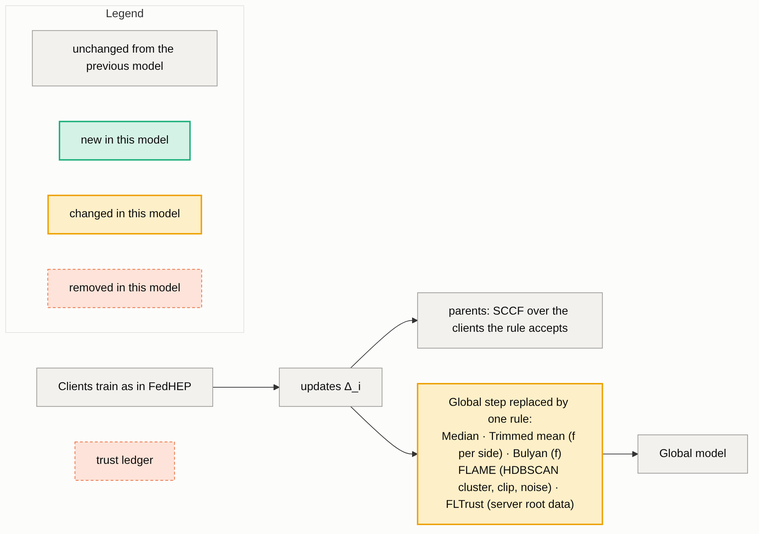
Earlier version of the Mermaid export docs/report/figures/diagrams/07_phase5_rules.png (BinhPhamTieSinger/RFL_Lab). Its source is kept beside it as docs/report/diagrams/07_phase5_rules.mmd.
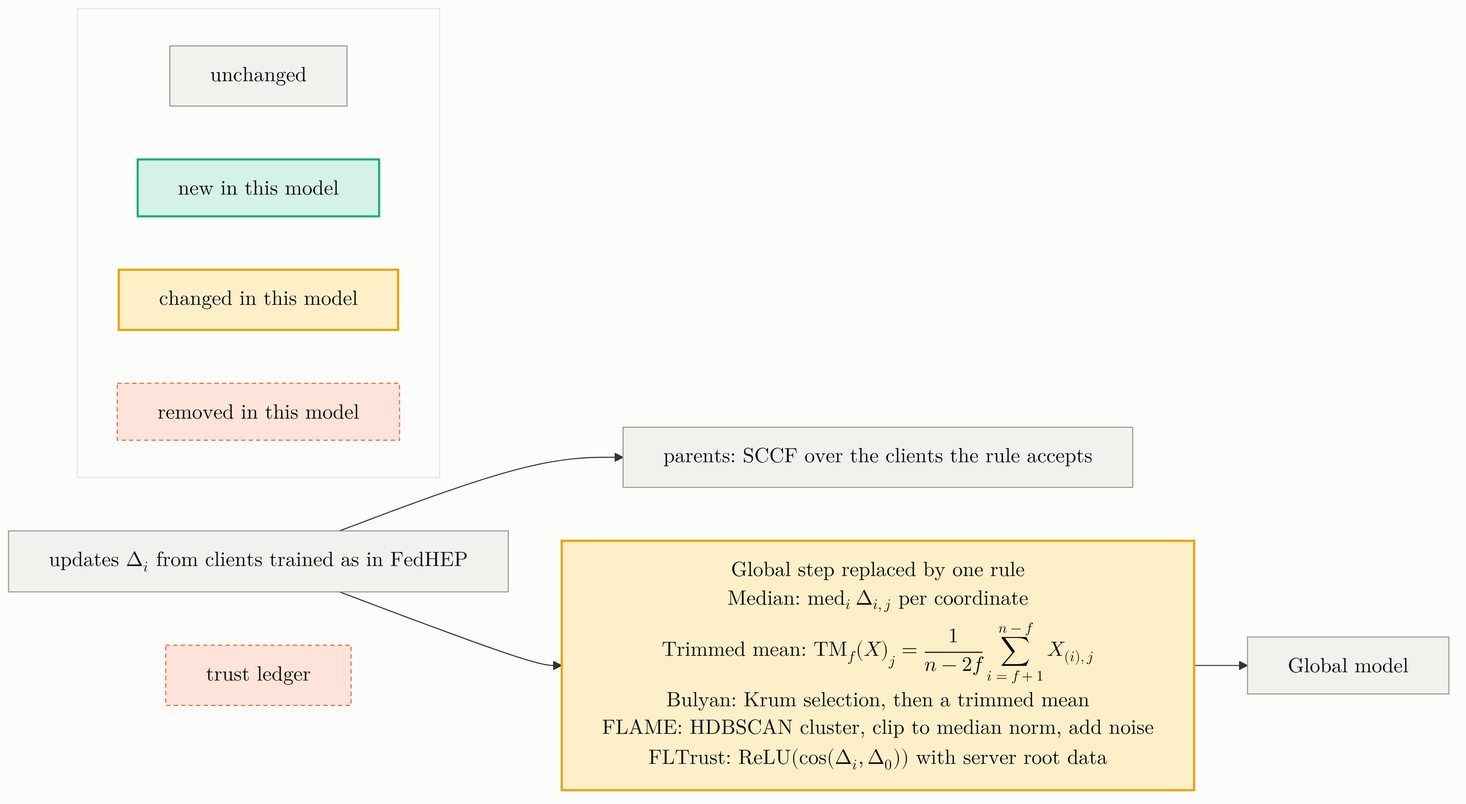
Above is the later version.

Change to the diagram source:
```diff
@@ -1,18 +1,26 @@
 flowchart LR
-  C["Clients train as in FedHEP"]:::same --> UP["updates Δ_i"]:::same
-  UP --> PAR["parents: SCCF over the clients the rule accepts"]:::same
-  UP --> RULE["Global step replaced by one rule:<br/>Median · Trimmed mean (f per side) · Bulyan (f)<br/>FLAME (HDBSCAN cluster, clip, noise) · FLTrust (server root data)"]:::changed
-  RULE --> GLOB["Global model"]:::same
-  TL["trust ledger"]:::gone
-  subgraph LEG["Legend"]
+  UP["$$\begin{array}{c}\text{updates }\Delta_i\text{ from clients trained as in FedHEP}\end{array}$$"]:::same
+  PAR["$$\begin{array}{c}\text{parents: SCCF over the clients the rule accepts}\end{array}$$"]:::same
+  RULE["$$\begin{array}{c}\text{Global step replaced by one rule} \cr \text{Median: }\mathrm{med}_i\,\Delta_{i,j}\text{ per coordinate} \cr \displaystyle \text{Trimmed mean: } \mathrm{TM}_f(X)_j = \frac{1}{n - 2f}\sum_{i=f+1}^{n-f} X_{(i),j} \cr \text{Bulyan: Krum selection, then a trimmed mean} \cr \text{FLAME: HDBSCAN cluster, clip to median norm, add noise} \cr \text{FLTrust: }\mathrm{ReLU}(\cos(\Delta_i, \Delta_0))\text{ with server root data}\end{array}$$"]:::changed
+  GLOB["$$\begin{array}{c}\text{Global model}\end{array}$$"]:::same
+  TL["$$\begin{array}{c}\text{trust ledger}\end{array}$$"]:::gone
+  UP --> PAR
+  UP --> RULE
+  RULE --> GLOB
+  subgraph LEG[" "]
     direction LR
-    l1["unchanged from the previous model"]:::same
-    l2["new in this model"]:::new
-    l3["changed in this model"]:::changed
-    l4["removed in this model"]:::gone
+    l0["$$\begin{array}{c}\text{unchanged}\end{array}$$"]:::same
+    l1["$$\begin{array}{c}\text{new in this model}\end{array}$$"]:::new
+    l2["$$\begin{array}{c}\text{changed in this model}\end{array}$$"]:::changed
+    l3["$$\begin{array}{c}\text{removed in this model}\end{array}$$"]:::gone
   end
+  style LEG fill:#fcfcfb,stroke:#e4e3df
   classDef same fill:#f2f1ee,stroke:#9a9893,color:#0b0b0b
   classDef new fill:#d5f2e6,stroke:#1baf7a,stroke-width:2px,color:#0b0b0b
   classDef changed fill:#fdefc8,stroke:#eda100,stroke-width:2px,color:#0b0b0b
   classDef gone fill:#fde3d9,stroke:#eb6834,stroke-dasharray:4 3,color:#0b0b0b
-  style LEG fill:#fcfcfb,stroke:#e4e3df
+  classDef trunk fill:#e8eef9,stroke:#2a78d6,color:#0b0b0b
+  classDef head fill:#fdefc8,stroke:#eda100,color:#0b0b0b
+  classDef k fill:#d5f2e6,stroke:#1baf7a,color:#0b0b0b
+  classDef x fill:#fde3d9,stroke:#eb6834,color:#0b0b0b
+  classDef w fill:#fdefc8,stroke:#eda100,color:#0b0b0b
```
